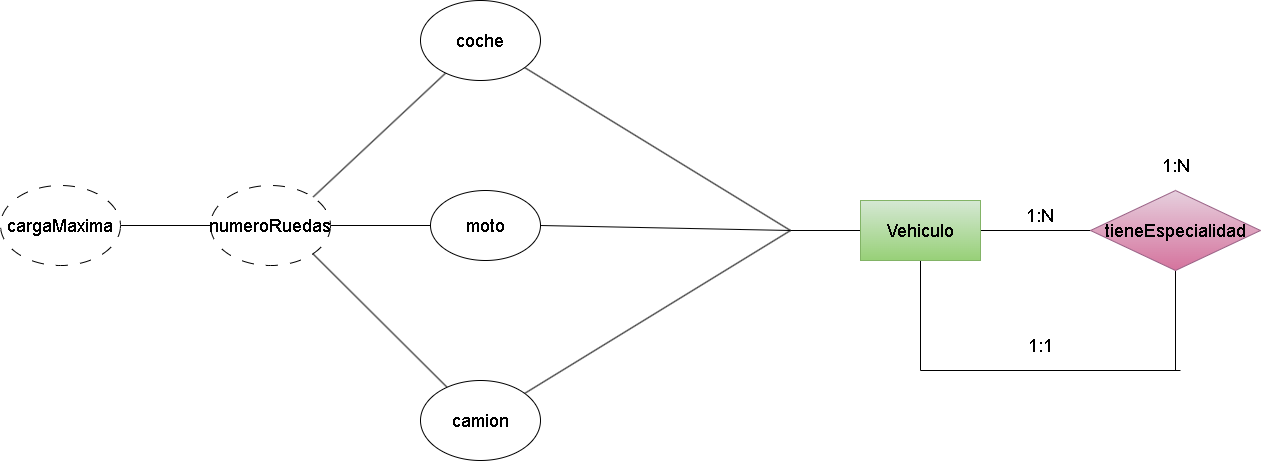
Darkoscurito/Base-de-datos keeps this draw.io diagram as (Unidad-2) (Tarea-3)/img/Ejercicio18.drawio.png. Above is the earlier version. Source tidied: cells renumbered, new cells last; positions are measured from the earlier drawing's top-left corner, leaving out a move shared by most shapes. The source it was exported from:
```xml
<mxGraphModel>
  <root>
    <mxCell id="0" />
    <mxCell id="1" parent="0" />
    <mxCell id="2" style="edgeStyle=none;html=1;entryX=0;entryY=0.5;entryDx=0;entryDy=0;endArrow=none;endFill=0;" parent="1" edge="1" source="5" target="7">
      <mxGeometry relative="1" as="geometry" />
    </mxCell>
    <mxCell id="3" style="edgeStyle=none;html=1;fontSize=18;endArrow=none;endFill=0;" parent="1" edge="1" source="5">
      <mxGeometry relative="1" as="geometry">
        <mxPoint x="790" y="230" as="targetPoint" />
      </mxGeometry>
    </mxCell>
    <mxCell id="4" style="edgeStyle=none;html=1;fontSize=18;endArrow=none;endFill=0;" parent="1" edge="1" source="5">
      <mxGeometry relative="1" as="geometry">
        <mxPoint x="920" y="370" as="targetPoint" />
      </mxGeometry>
    </mxCell>
    <mxCell id="5" value="&lt;font style=&quot;font-size: 18px;&quot;&gt;Vehiculo&lt;/font&gt;" style="rounded=0;whiteSpace=wrap;html=1;fillColor=#d5e8d4;gradientColor=#97d077;strokeColor=#82b366;" parent="1" vertex="1">
      <mxGeometry x="860" y="200" width="120" height="60" as="geometry" />
    </mxCell>
    <mxCell id="6" style="edgeStyle=none;html=1;fontSize=18;endArrow=none;endFill=0;" parent="1" edge="1" source="7">
      <mxGeometry relative="1" as="geometry">
        <mxPoint x="1175" y="370" as="targetPoint" />
      </mxGeometry>
    </mxCell>
    <mxCell id="7" value="&lt;span style=&quot;font-size: 18px;&quot;&gt;tieneEspecialidad&lt;/span&gt;" style="rhombus;whiteSpace=wrap;html=1;fillColor=#e6d0de;gradientColor=#d5739d;strokeColor=#996185;" parent="1" vertex="1">
      <mxGeometry x="1090" y="190" width="170" height="80" as="geometry" />
    </mxCell>
    <mxCell id="8" value="1:N" style="text;html=1;strokeColor=none;fillColor=none;align=center;verticalAlign=middle;whiteSpace=wrap;rounded=0;fontSize=18;" parent="1" vertex="1">
      <mxGeometry x="1010" y="200" width="60" height="30" as="geometry" />
    </mxCell>
    <mxCell id="9" value="1:N" style="text;html=1;strokeColor=none;fillColor=none;align=center;verticalAlign=middle;whiteSpace=wrap;rounded=0;fontSize=18;" parent="1" vertex="1">
      <mxGeometry x="1146" y="150" width="60" height="30" as="geometry" />
    </mxCell>
    <mxCell id="10" style="edgeStyle=none;html=1;fontSize=18;endArrow=none;endFill=0;" parent="1" edge="1" target="14">
      <mxGeometry relative="1" as="geometry">
        <mxPoint x="790" y="230" as="sourcePoint" />
      </mxGeometry>
    </mxCell>
    <mxCell id="11" style="edgeStyle=none;html=1;entryX=1;entryY=0.5;entryDx=0;entryDy=0;fontSize=18;endArrow=none;endFill=0;" parent="1" edge="1" target="16">
      <mxGeometry relative="1" as="geometry">
        <mxPoint x="790" y="230" as="sourcePoint" />
      </mxGeometry>
    </mxCell>
    <mxCell id="12" style="edgeStyle=none;html=1;fontSize=18;endArrow=none;endFill=0;" parent="1" edge="1" target="18">
      <mxGeometry relative="1" as="geometry">
        <mxPoint x="790" y="230" as="sourcePoint" />
      </mxGeometry>
    </mxCell>
    <mxCell id="13" style="edgeStyle=none;html=1;entryX=1;entryY=0;entryDx=0;entryDy=0;fontSize=18;endArrow=none;endFill=0;" parent="1" edge="1" source="14" target="20">
      <mxGeometry relative="1" as="geometry" />
    </mxCell>
    <mxCell id="14" value="coche" style="ellipse;whiteSpace=wrap;html=1;fontSize=18;" parent="1" vertex="1">
      <mxGeometry x="420" width="120" height="80" as="geometry" />
    </mxCell>
    <mxCell id="15" style="edgeStyle=none;html=1;entryX=1;entryY=0.5;entryDx=0;entryDy=0;fontSize=18;endArrow=none;endFill=0;" parent="1" edge="1" source="16" target="20">
      <mxGeometry relative="1" as="geometry" />
    </mxCell>
    <mxCell id="16" value="moto" style="ellipse;whiteSpace=wrap;html=1;fontSize=18;" parent="1" vertex="1">
      <mxGeometry x="430" y="190" width="110" height="70" as="geometry" />
    </mxCell>
    <mxCell id="17" style="edgeStyle=none;html=1;entryX=1;entryY=1;entryDx=0;entryDy=0;fontSize=18;endArrow=none;endFill=0;" parent="1" edge="1" source="18" target="20">
      <mxGeometry relative="1" as="geometry" />
    </mxCell>
    <mxCell id="18" value="camion" style="ellipse;whiteSpace=wrap;html=1;fontSize=18;" parent="1" vertex="1">
      <mxGeometry x="420" y="380" width="120" height="80" as="geometry" />
    </mxCell>
    <mxCell id="19" style="edgeStyle=none;html=1;entryX=1;entryY=0.5;entryDx=0;entryDy=0;fontSize=18;endArrow=none;endFill=0;" parent="1" edge="1" source="20" target="21">
      <mxGeometry relative="1" as="geometry" />
    </mxCell>
    <mxCell id="20" value="numeroRuedas" style="ellipse;whiteSpace=wrap;html=1;fontSize=18;dashed=1;dashPattern=12 12;" parent="1" vertex="1">
      <mxGeometry x="210" y="185" width="120" height="80" as="geometry" />
    </mxCell>
    <mxCell id="21" value="cargaMaxima" style="ellipse;whiteSpace=wrap;html=1;fontSize=18;dashed=1;dashPattern=12 12;" parent="1" vertex="1">
      <mxGeometry y="185" width="120" height="80" as="geometry" />
    </mxCell>
    <mxCell id="22" style="endArrow=none;html=1;fontSize=18;" parent="1" edge="1">
      <mxGeometry relative="1" as="geometry">
        <mxPoint x="920" y="370" as="sourcePoint" />
        <mxPoint x="1180" y="370" as="targetPoint" />
      </mxGeometry>
    </mxCell>
    <mxCell id="23" value="1:1" style="text;html=1;strokeColor=none;fillColor=none;align=center;verticalAlign=middle;whiteSpace=wrap;rounded=0;fontSize=18;" parent="1" vertex="1">
      <mxGeometry x="1010" y="330" width="60" height="30" as="geometry" />
    </mxCell>
  </root>
</mxGraphModel>
```
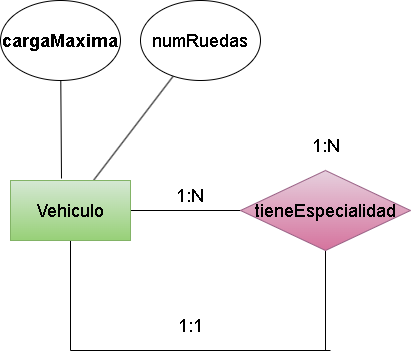
After the change.

What changed in the source:
```diff
@@ -5,16 +5,14 @@
     <mxCell id="2" style="edgeStyle=none;html=1;entryX=0;entryY=0.5;entryDx=0;entryDy=0;endArrow=none;endFill=0;" parent="1" edge="1" source="5" target="7">
       <mxGeometry relative="1" as="geometry" />
     </mxCell>
-    <mxCell id="3" style="edgeStyle=none;html=1;fontSize=18;endArrow=none;endFill=0;" parent="1" edge="1" source="5">
-      <mxGeometry relative="1" as="geometry">
-        <mxPoint x="790" y="230" as="targetPoint" />
-      </mxGeometry>
-    </mxCell>
     <mxCell id="4" style="edgeStyle=none;html=1;fontSize=18;endArrow=none;endFill=0;" parent="1" edge="1" source="5">
       <mxGeometry relative="1" as="geometry">
         <mxPoint x="920" y="370" as="targetPoint" />
       </mxGeometry>
     </mxCell>
+    <mxCell id="24" style="edgeStyle=none;html=1;fontSize=18;endArrow=none;endFill=0;" parent="1" edge="1" source="5" target="26">
+      <mxGeometry relative="1" as="geometry" />
+    </mxCell>
     <mxCell id="5" value="&lt;font style=&quot;font-size: 18px;&quot;&gt;Vehiculo&lt;/font&gt;" style="rounded=0;whiteSpace=wrap;html=1;fillColor=#d5e8d4;gradientColor=#97d077;strokeColor=#82b366;" parent="1" vertex="1">
       <mxGeometry x="860" y="200" width="120" height="60" as="geometry" />
     </mxCell>
@@ -32,48 +30,6 @@
     <mxCell id="9" value="1:N" style="text;html=1;strokeColor=none;fillColor=none;align=center;verticalAlign=middle;whiteSpace=wrap;rounded=0;fontSize=18;" parent="1" vertex="1">
       <mxGeometry x="1146" y="150" width="60" height="30" as="geometry" />
     </mxCell>
-    <mxCell id="10" style="edgeStyle=none;html=1;fontSize=18;endArrow=none;endFill=0;" parent="1" edge="1" target="14">
-      <mxGeometry relative="1" as="geometry">
-        <mxPoint x="790" y="230" as="sourcePoint" />
-      </mxGeometry>
-    </mxCell>
-    <mxCell id="11" style="edgeStyle=none;html=1;entryX=1;entryY=0.5;entryDx=0;entryDy=0;fontSize=18;endArrow=none;endFill=0;" parent="1" edge="1" target="16">
-      <mxGeometry relative="1" as="geometry">
-        <mxPoint x="790" y="230" as="sourcePoint" />
-      </mxGeometry>
-    </mxCell>
-    <mxCell id="12" style="edgeStyle=none;html=1;fontSize=18;endArrow=none;endFill=0;" parent="1" edge="1" target="18">
-      <mxGeometry relative="1" as="geometry">
-        <mxPoint x="790" y="230" as="sourcePoint" />
-      </mxGeometry>
-    </mxCell>
-    <mxCell id="13" style="edgeStyle=none;html=1;entryX=1;entryY=0;entryDx=0;entryDy=0;fontSize=18;endArrow=none;endFill=0;" parent="1" edge="1" source="14" target="20">
-      <mxGeometry relative="1" as="geometry" />
-    </mxCell>
-    <mxCell id="14" value="coche" style="ellipse;whiteSpace=wrap;html=1;fontSize=18;" parent="1" vertex="1">
-      <mxGeometry x="420" width="120" height="80" as="geometry" />
-    </mxCell>
-    <mxCell id="15" style="edgeStyle=none;html=1;entryX=1;entryY=0.5;entryDx=0;entryDy=0;fontSize=18;endArrow=none;endFill=0;" parent="1" edge="1" source="16" target="20">
-      <mxGeometry relative="1" as="geometry" />
-    </mxCell>
-    <mxCell id="16" value="moto" style="ellipse;whiteSpace=wrap;html=1;fontSize=18;" parent="1" vertex="1">
-      <mxGeometry x="430" y="190" width="110" height="70" as="geometry" />
-    </mxCell>
-    <mxCell id="17" style="edgeStyle=none;html=1;entryX=1;entryY=1;entryDx=0;entryDy=0;fontSize=18;endArrow=none;endFill=0;" parent="1" edge="1" source="18" target="20">
-      <mxGeometry relative="1" as="geometry" />
-    </mxCell>
-    <mxCell id="18" value="camion" style="ellipse;whiteSpace=wrap;html=1;fontSize=18;" parent="1" vertex="1">
-      <mxGeometry x="420" y="380" width="120" height="80" as="geometry" />
-    </mxCell>
-    <mxCell id="19" style="edgeStyle=none;html=1;entryX=1;entryY=0.5;entryDx=0;entryDy=0;fontSize=18;endArrow=none;endFill=0;" parent="1" edge="1" source="20" target="21">
-      <mxGeometry relative="1" as="geometry" />
-    </mxCell>
-    <mxCell id="20" value="numeroRuedas" style="ellipse;whiteSpace=wrap;html=1;fontSize=18;dashed=1;dashPattern=12 12;" parent="1" vertex="1">
-      <mxGeometry x="210" y="185" width="120" height="80" as="geometry" />
-    </mxCell>
-    <mxCell id="21" value="cargaMaxima" style="ellipse;whiteSpace=wrap;html=1;fontSize=18;dashed=1;dashPattern=12 12;" parent="1" vertex="1">
-      <mxGeometry y="185" width="120" height="80" as="geometry" />
-    </mxCell>
     <mxCell id="22" style="endArrow=none;html=1;fontSize=18;" parent="1" edge="1">
       <mxGeometry relative="1" as="geometry">
         <mxPoint x="920" y="370" as="sourcePoint" />
@@ -83,5 +39,14 @@
     <mxCell id="23" value="1:1" style="text;html=1;strokeColor=none;fillColor=none;align=center;verticalAlign=middle;whiteSpace=wrap;rounded=0;fontSize=18;" parent="1" vertex="1">
       <mxGeometry x="1010" y="330" width="60" height="30" as="geometry" />
     </mxCell>
+    <mxCell id="25" style="edgeStyle=none;html=1;entryX=0.425;entryY=-0.033;entryDx=0;entryDy=0;entryPerimeter=0;fontSize=18;endArrow=none;endFill=0;" parent="1" edge="1" source="21" target="5">
+      <mxGeometry relative="1" as="geometry" />
+    </mxCell>
+    <mxCell id="21" value="&lt;b&gt;&lt;font style=&quot;font-size: 18px;&quot;&gt;cargaMaxima&lt;/font&gt;&lt;/b&gt;" style="ellipse;whiteSpace=wrap;html=1;" parent="1" vertex="1">
+      <mxGeometry x="850" y="20" width="120" height="80" as="geometry" />
+    </mxCell>
+    <mxCell id="26" value="numRuedas" style="ellipse;whiteSpace=wrap;html=1;fontSize=18;" parent="1" vertex="1">
+      <mxGeometry x="990" y="20" width="120" height="80" as="geometry" />
+    </mxCell>
   </root>
 </mxGraphModel>
```
